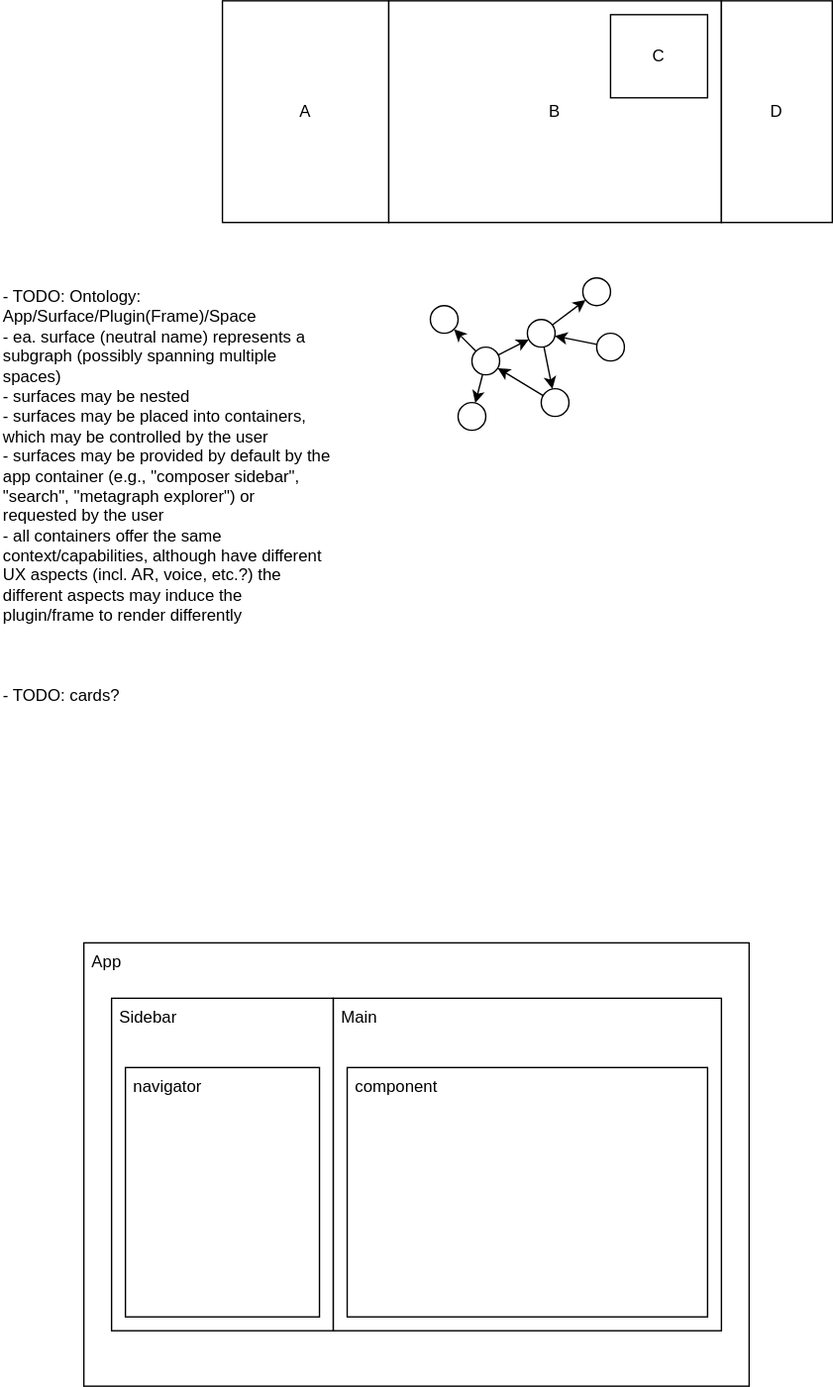
dxos/dxos keeps this draw.io diagram as docs/docs/specs/v0/app-framework.drawio.svg. Above is the earlier version. Source tidied: cells renumbered, new cells last; positions are measured from the earlier drawing's top-left corner, leaving out a move shared by most shapes.
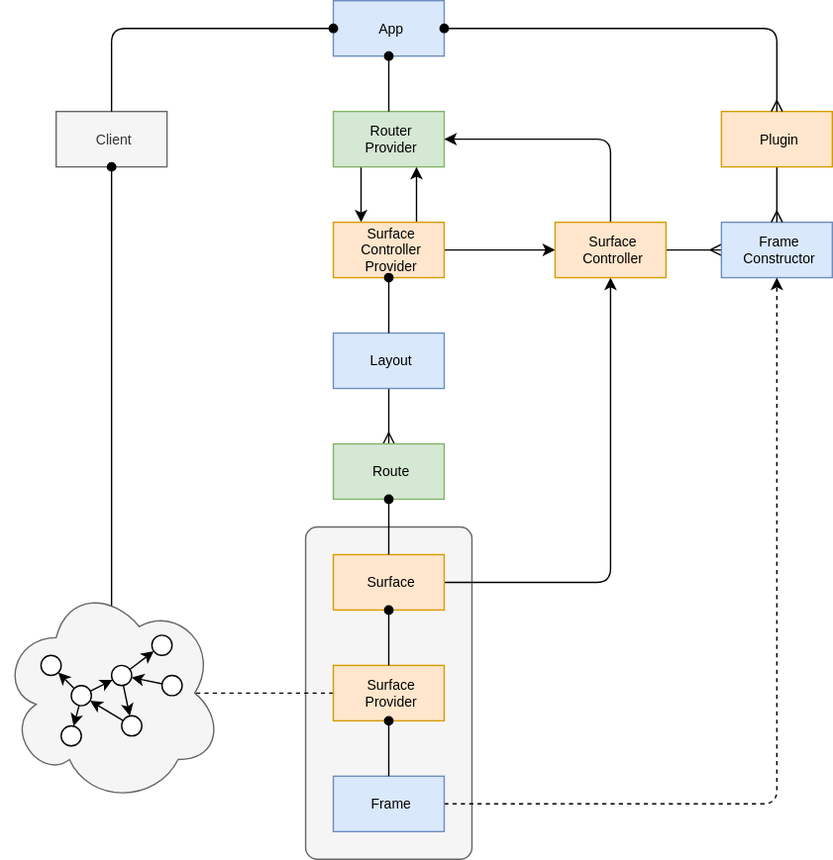
After the commit.

The edit, as a diff of the source:
```diff
@@ -2,80 +2,168 @@
   <root>
     <mxCell id="0" />
     <mxCell id="1" parent="0" />
+    <mxCell id="27" style="rounded=1;whiteSpace=wrap;html=1;align=center;verticalAlign=middle;spacingLeft=4;fontSize=10;fillColor=#f5f5f5;strokeColor=#666666;fontColor=#333333;arcSize=7;" parent="1" vertex="1">
+      <mxGeometry x="40" y="1060" width="120" height="240" as="geometry" />
+    </mxCell>
+    <mxCell id="28" style="edgeStyle=none;html=1;exitX=0.25;exitY=1;exitDx=0;exitDy=0;entryX=0.25;entryY=0;entryDx=0;entryDy=0;fontSize=10;" parent="1" edge="1" source="29" target="34">
+      <mxGeometry relative="1" as="geometry" />
+    </mxCell>
+    <mxCell id="29" value="Router&lt;br style=&quot;font-size: 10px;&quot;&gt;Provider" style="rounded=0;whiteSpace=wrap;html=1;align=center;verticalAlign=middle;spacingLeft=4;fontSize=10;fillColor=#d5e8d4;strokeColor=#82b366;" parent="1" vertex="1">
+      <mxGeometry x="60" y="760" width="80" height="40" as="geometry" />
+    </mxCell>
+    <mxCell id="30" style="edgeStyle=none;html=1;exitX=0.75;exitY=0;exitDx=0;exitDy=0;entryX=0.75;entryY=1;entryDx=0;entryDy=0;fontSize=10;" parent="1" edge="1" source="34" target="29">
+      <mxGeometry relative="1" as="geometry" />
+    </mxCell>
+    <mxCell id="31" style="edgeStyle=none;html=1;endArrow=ERmany;endFill=0;fontSize=10;exitX=1;exitY=0.5;exitDx=0;exitDy=0;" parent="1" edge="1" source="47" target="35">
+      <mxGeometry relative="1" as="geometry" />
+    </mxCell>
+    <mxCell id="32" style="edgeStyle=none;html=1;exitX=0.5;exitY=1;exitDx=0;exitDy=0;startArrow=none;startFill=0;endArrow=ERmany;endFill=0;fontSize=10;entryX=0.5;entryY=0;entryDx=0;entryDy=0;" parent="1" edge="1" source="39" target="48">
+      <mxGeometry relative="1" as="geometry" />
+    </mxCell>
+    <mxCell id="33" style="edgeStyle=none;html=1;exitX=1;exitY=0.5;exitDx=0;exitDy=0;fontSize=10;startArrow=none;startFill=0;endArrow=classic;endFill=1;" parent="1" edge="1" source="34" target="47">
+      <mxGeometry relative="1" as="geometry" />
+    </mxCell>
+    <mxCell id="34" value="Surface&lt;br style=&quot;font-size: 10px;&quot;&gt;Controller&lt;br style=&quot;font-size: 10px;&quot;&gt;Provider" style="rounded=0;whiteSpace=wrap;html=1;align=center;verticalAlign=middle;spacingLeft=4;fontSize=10;fillColor=#ffe6cc;strokeColor=#d79b00;" parent="1" vertex="1">
+      <mxGeometry x="60" y="840" width="80" height="40" as="geometry" />
+    </mxCell>
+    <mxCell id="35" value="Frame&lt;br&gt;Constructor" style="rounded=0;whiteSpace=wrap;html=1;align=center;verticalAlign=middle;spacingLeft=4;fontSize=10;fillColor=#dae8fc;strokeColor=#6c8ebf;" parent="1" vertex="1">
+      <mxGeometry x="340" y="840" width="80" height="40" as="geometry" />
+    </mxCell>
+    <mxCell id="36" style="edgeStyle=none;html=1;exitX=0;exitY=0.5;exitDx=0;exitDy=0;entryX=0.875;entryY=0.5;entryDx=0;entryDy=0;entryPerimeter=0;endArrow=none;endFill=0;dashed=1;" parent="1" edge="1" source="40" target="58">
+      <mxGeometry relative="1" as="geometry" />
+    </mxCell>
+    <mxCell id="37" style="edgeStyle=none;html=1;exitX=1;exitY=0.5;exitDx=0;exitDy=0;entryX=0.5;entryY=1;entryDx=0;entryDy=0;fontSize=10;startArrow=none;startFill=0;endArrow=classic;endFill=1;" parent="1" edge="1" source="38" target="47">
+      <mxGeometry relative="1" as="geometry">
+        <Array as="points">
+          <mxPoint x="260" y="1100" />
+        </Array>
+      </mxGeometry>
+    </mxCell>
+    <mxCell id="38" value="Surface" style="rounded=0;whiteSpace=wrap;html=1;align=center;verticalAlign=middle;spacingLeft=4;fontSize=10;fillColor=#ffe6cc;strokeColor=#d79b00;" parent="1" vertex="1">
+      <mxGeometry x="60" y="1080" width="80" height="40" as="geometry" />
+    </mxCell>
+    <mxCell id="39" value="Layout" style="rounded=0;whiteSpace=wrap;html=1;align=center;verticalAlign=middle;spacingLeft=4;fontSize=10;fillColor=#dae8fc;strokeColor=#6c8ebf;" parent="1" vertex="1">
+      <mxGeometry x="60" y="920" width="80" height="40" as="geometry" />
+    </mxCell>
+    <mxCell id="40" value="Surface&lt;br style=&quot;font-size: 10px;&quot;&gt;Provider" style="rounded=0;whiteSpace=wrap;html=1;align=center;verticalAlign=middle;spacingLeft=4;fontSize=10;fillColor=#ffe6cc;strokeColor=#d79b00;" parent="1" vertex="1">
+      <mxGeometry x="60" y="1160" width="80" height="40" as="geometry" />
+    </mxCell>
+    <mxCell id="41" style="edgeStyle=none;html=1;exitX=0.5;exitY=1;exitDx=0;exitDy=0;startArrow=oval;startFill=1;endArrow=none;endFill=0;fontSize=10;" parent="1" edge="1" source="38" target="40">
+      <mxGeometry relative="1" as="geometry" />
+    </mxCell>
+    <mxCell id="42" style="edgeStyle=none;html=1;exitX=1;exitY=0.5;exitDx=0;exitDy=0;entryX=0.5;entryY=1;entryDx=0;entryDy=0;fontSize=10;startArrow=none;startFill=0;endArrow=classic;endFill=1;dashed=1;" parent="1" edge="1" source="43" target="35">
+      <mxGeometry relative="1" as="geometry">
+        <Array as="points">
+          <mxPoint x="380" y="1260" />
+        </Array>
+      </mxGeometry>
+    </mxCell>
+    <mxCell id="43" value="Frame" style="rounded=0;whiteSpace=wrap;html=1;align=center;verticalAlign=middle;spacingLeft=4;fontSize=10;fillColor=#dae8fc;strokeColor=#6c8ebf;" parent="1" vertex="1">
+      <mxGeometry x="60" y="1240" width="80" height="40" as="geometry" />
+    </mxCell>
+    <mxCell id="44" style="edgeStyle=none;html=1;exitX=0.5;exitY=1;exitDx=0;exitDy=0;startArrow=oval;startFill=1;endArrow=none;endFill=0;fontSize=10;" parent="1" edge="1" source="40" target="43">
+      <mxGeometry relative="1" as="geometry" />
+    </mxCell>
+    <mxCell id="45" style="edgeStyle=none;html=1;exitX=0.5;exitY=1;exitDx=0;exitDy=0;entryX=0.5;entryY=0;entryDx=0;entryDy=0;startArrow=oval;startFill=1;endArrow=none;endFill=0;fontSize=10;" parent="1" edge="1" source="34" target="39">
+      <mxGeometry relative="1" as="geometry" />
+    </mxCell>
+    <mxCell id="46" style="edgeStyle=none;html=1;exitX=0.5;exitY=0;exitDx=0;exitDy=0;entryX=1;entryY=0.5;entryDx=0;entryDy=0;fontSize=10;startArrow=none;startFill=0;endArrow=classic;endFill=1;" parent="1" edge="1" source="47" target="29">
+      <mxGeometry relative="1" as="geometry">
+        <Array as="points">
+          <mxPoint x="260" y="780" />
+        </Array>
+      </mxGeometry>
+    </mxCell>
+    <mxCell id="47" value="Surface&lt;br style=&quot;font-size: 10px;&quot;&gt;Controller" style="rounded=0;whiteSpace=wrap;html=1;align=center;verticalAlign=middle;spacingLeft=4;fontSize=10;fillColor=#ffe6cc;strokeColor=#d79b00;" parent="1" vertex="1">
+      <mxGeometry x="220" y="840" width="80" height="40" as="geometry" />
+    </mxCell>
+    <mxCell id="48" value="Route" style="rounded=0;whiteSpace=wrap;html=1;align=center;verticalAlign=middle;spacingLeft=4;fontSize=10;fillColor=#d5e8d4;strokeColor=#82b366;" parent="1" vertex="1">
+      <mxGeometry x="60" y="1000" width="80" height="40" as="geometry" />
+    </mxCell>
+    <mxCell id="49" style="edgeStyle=none;html=1;exitX=0.5;exitY=1;exitDx=0;exitDy=0;fontSize=10;startArrow=oval;startFill=1;endArrow=none;endFill=0;" parent="1" edge="1" source="48" target="38">
+      <mxGeometry relative="1" as="geometry" />
+    </mxCell>
+    <mxCell id="50" style="edgeStyle=none;html=1;exitX=0.5;exitY=1;exitDx=0;exitDy=0;entryX=0.5;entryY=0;entryDx=0;entryDy=0;fontSize=10;startArrow=none;startFill=0;endArrow=ERmany;endFill=0;" parent="1" edge="1" source="51" target="35">
+      <mxGeometry relative="1" as="geometry" />
+    </mxCell>
+    <mxCell id="51" value="Plugin" style="rounded=0;whiteSpace=wrap;html=1;align=center;verticalAlign=middle;spacingLeft=4;fontSize=10;fillColor=#ffe6cc;strokeColor=#d79b00;" parent="1" vertex="1">
+      <mxGeometry x="340" y="760" width="80" height="40" as="geometry" />
+    </mxCell>
-    <mxCell id="2" value="App" style="rounded=0;whiteSpace=wrap;html=1;align=left;verticalAlign=top;spacingLeft=4;" parent="1" vertex="1">
-      <mxGeometry x="60" y="680" width="480" height="320" as="geometry" />
+    <mxCell id="2" value="App" style="rounded=0;whiteSpace=wrap;html=1;align=center;verticalAlign=middle;spacingLeft=4;fontSize=10;fillColor=#dae8fc;strokeColor=#6c8ebf;" parent="1" vertex="1">
+      <mxGeometry x="60" y="680" width="80" height="40" as="geometry" />
     </mxCell>
-    <mxCell id="3" value="A" style="rounded=0;whiteSpace=wrap;html=1;" parent="1" vertex="1">
-      <mxGeometry x="160" width="120" height="160" as="geometry" />
-    </mxCell>
-    <mxCell id="4" value="B" style="rounded=0;whiteSpace=wrap;html=1;" parent="1" vertex="1">
-      <mxGeometry x="280" width="240" height="160" as="geometry" />
-    </mxCell>
-    <mxCell id="5" value="D" style="rounded=0;whiteSpace=wrap;html=1;" parent="1" vertex="1">
-      <mxGeometry x="520" width="80" height="160" as="geometry" />
-    </mxCell>
-    <mxCell id="6" value="C" style="rounded=0;whiteSpace=wrap;html=1;" parent="1" vertex="1">
-      <mxGeometry x="440" y="10" width="70" height="60" as="geometry" />
-    </mxCell>
-    <mxCell id="7" style="group;" parent="1" vertex="1">
-      <mxGeometry x="310" y="200" width="140" height="110" as="geometry" />
-    </mxCell>
+    <mxCell id="52" style="edgeStyle=none;html=1;exitX=0.5;exitY=1;exitDx=0;exitDy=0;fontSize=10;startArrow=oval;startFill=1;endArrow=none;endFill=0;" parent="1" edge="1" source="2" target="29">
+      <mxGeometry relative="1" as="geometry" />
+    </mxCell>
+    <mxCell id="53" style="edgeStyle=none;html=1;exitX=1;exitY=0.5;exitDx=0;exitDy=0;entryX=0.5;entryY=0;entryDx=0;entryDy=0;fontSize=10;startArrow=oval;startFill=1;endArrow=ERmany;endFill=0;" parent="1" edge="1" source="2" target="51">
+      <mxGeometry relative="1" as="geometry">
+        <Array as="points">
+          <mxPoint x="380" y="700" />
+        </Array>
+      </mxGeometry>
+    </mxCell>
+    <mxCell id="54" value="Client" style="rounded=0;whiteSpace=wrap;html=1;align=center;verticalAlign=middle;spacingLeft=4;fontSize=10;fillColor=#f5f5f5;strokeColor=#666666;fontColor=#333333;" parent="1" vertex="1">
+      <mxGeometry x="-140" y="760" width="80" height="40" as="geometry" />
+    </mxCell>
+    <mxCell id="55" style="edgeStyle=none;html=1;exitX=0;exitY=0.5;exitDx=0;exitDy=0;entryX=0.5;entryY=0;entryDx=0;entryDy=0;fontSize=10;startArrow=oval;startFill=1;endArrow=none;endFill=0;" parent="1" edge="1" source="2" target="54">
+      <mxGeometry relative="1" as="geometry">
+        <Array as="points">
+          <mxPoint x="-100" y="700" />
+        </Array>
+      </mxGeometry>
+    </mxCell>
+    <mxCell id="56" style="edgeStyle=none;html=1;exitX=0.5;exitY=1;exitDx=0;exitDy=0;fontSize=10;startArrow=oval;startFill=1;endArrow=none;endFill=0;" parent="1" edge="1" source="54">
+      <mxGeometry relative="1" as="geometry">
+        <mxPoint x="-100" y="1180" as="targetPoint" />
+      </mxGeometry>
+    </mxCell>
+    <mxCell id="57" style="group;fillColor=none;" parent="1" vertex="1">
+      <mxGeometry x="-180" y="1100" width="160" height="160" as="geometry" />
+    </mxCell>
+    <mxCell id="58" style="ellipse;shape=cloud;whiteSpace=wrap;html=1;fillColor=#f5f5f5;strokeColor=#666666;fontColor=#333333;" parent="57" vertex="1">
+      <mxGeometry width="160" height="160" as="geometry" />
+    </mxCell>
-    <mxCell id="8" style="ellipse;whiteSpace=wrap;html=1;" parent="7" vertex="1">
-      <mxGeometry y="20" width="20" height="20" as="geometry" />
+    <mxCell id="8" style="ellipse;whiteSpace=wrap;html=1;" parent="57" vertex="1">
+      <mxGeometry x="29.1" y="52.7" width="14.5" height="14.5" as="geometry" />
     </mxCell>
-    <mxCell id="9" style="edgeStyle=none;html=1;" parent="7" edge="1" source="10" target="8">
+    <mxCell id="9" style="edgeStyle=none;html=1;" parent="57" edge="1" source="10" target="8">
       <mxGeometry relative="1" as="geometry" />
     </mxCell>
-    <mxCell id="10" style="ellipse;whiteSpace=wrap;html=1;" parent="7" vertex="1">
-      <mxGeometry x="30" y="50" width="20" height="20" as="geometry" />
+    <mxCell id="10" style="ellipse;whiteSpace=wrap;html=1;" parent="57" vertex="1">
+      <mxGeometry x="50.9" y="74.5" width="14.5" height="14.5" as="geometry" />
     </mxCell>
-    <mxCell id="11" style="ellipse;whiteSpace=wrap;html=1;" parent="7" vertex="1">
-      <mxGeometry x="20" y="90" width="20" height="20" as="geometry" />
+    <mxCell id="11" style="ellipse;whiteSpace=wrap;html=1;" parent="57" vertex="1">
+      <mxGeometry x="43.6" y="103.6" width="14.5" height="14.5" as="geometry" />
     </mxCell>
-    <mxCell id="12" style="ellipse;whiteSpace=wrap;html=1;" parent="7" vertex="1">
-      <mxGeometry x="70" y="30" width="20" height="20" as="geometry" />
+    <mxCell id="12" style="ellipse;whiteSpace=wrap;html=1;" parent="57" vertex="1">
+      <mxGeometry x="80" y="60" width="14.5" height="14.5" as="geometry" />
     </mxCell>
-    <mxCell id="13" style="ellipse;whiteSpace=wrap;html=1;" parent="7" vertex="1">
-      <mxGeometry x="110" width="20" height="20" as="geometry" />
+    <mxCell id="13" style="ellipse;whiteSpace=wrap;html=1;" parent="57" vertex="1">
+      <mxGeometry x="109.1" y="38.2" width="14.5" height="14.5" as="geometry" />
     </mxCell>
-    <mxCell id="14" style="ellipse;whiteSpace=wrap;html=1;" parent="7" vertex="1">
-      <mxGeometry x="120" y="40" width="20" height="20" as="geometry" />
+    <mxCell id="14" style="ellipse;whiteSpace=wrap;html=1;" parent="57" vertex="1">
+      <mxGeometry x="116.4" y="67.3" width="14.5" height="14.5" as="geometry" />
     </mxCell>
-    <mxCell id="15" style="ellipse;whiteSpace=wrap;html=1;" parent="7" vertex="1">
-      <mxGeometry x="80" y="80" width="20" height="20" as="geometry" />
+    <mxCell id="15" style="ellipse;whiteSpace=wrap;html=1;" parent="57" vertex="1">
+      <mxGeometry x="87.3" y="96.4" width="14.5" height="14.5" as="geometry" />
     </mxCell>
-    <mxCell id="16" style="edgeStyle=none;html=1;" parent="7" edge="1" source="10" target="11">
+    <mxCell id="16" style="edgeStyle=none;html=1;" parent="57" edge="1" source="10" target="11">
       <mxGeometry relative="1" as="geometry" />
     </mxCell>
-    <mxCell id="17" style="edgeStyle=none;html=1;" parent="7" edge="1" source="10" target="12">
+    <mxCell id="17" style="edgeStyle=none;html=1;" parent="57" edge="1" source="10" target="12">
       <mxGeometry relative="1" as="geometry" />
     </mxCell>
-    <mxCell id="18" style="edgeStyle=none;html=1;" parent="7" edge="1" source="12" target="15">
+    <mxCell id="18" style="edgeStyle=none;html=1;" parent="57" edge="1" source="12" target="15">
       <mxGeometry relative="1" as="geometry" />
     </mxCell>
-    <mxCell id="19" style="edgeStyle=none;html=1;" parent="7" edge="1" source="14" target="12">
+    <mxCell id="19" style="edgeStyle=none;html=1;" parent="57" edge="1" source="14" target="12">
       <mxGeometry relative="1" as="geometry" />
     </mxCell>
-    <mxCell id="20" style="edgeStyle=none;html=1;" parent="7" edge="1" source="15" target="10">
+    <mxCell id="20" style="edgeStyle=none;html=1;" parent="57" edge="1" source="15" target="10">
       <mxGeometry relative="1" as="geometry" />
     </mxCell>
-    <mxCell id="21" style="edgeStyle=none;html=1;" parent="7" edge="1" source="12" target="13">
+    <mxCell id="21" style="edgeStyle=none;html=1;" parent="57" edge="1" source="12" target="13">
       <mxGeometry relative="1" as="geometry" />
     </mxCell>
-    <mxCell id="22" value="- TODO: Ontology: App/Surface/Plugin(Frame)/Space&lt;br&gt;- ea. surface (neutral name) represents a subgraph (possibly spanning multiple spaces)&lt;br&gt;- surfaces may be nested&lt;br&gt;- surfaces may be placed into containers, which may be controlled by the user&lt;br&gt;- surfaces may be provided by default by the app container (e.g., &quot;composer sidebar&quot;, &quot;search&quot;, &quot;metagraph explorer&quot;) or requested by the user&lt;br&gt;- all containers offer the same context/capabilities, although have different UX aspects (incl. AR, voice, etc.?) the different aspects may induce the plugin/frame to render differently&lt;br&gt;&lt;br&gt;&lt;br&gt;&lt;br&gt;- TODO: cards?" style="rounded=0;whiteSpace=wrap;html=1;align=left;verticalAlign=top;fillColor=none;strokeColor=none;" parent="1" vertex="1">
-      <mxGeometry y="200" width="240" height="320" as="geometry" />
-    </mxCell>
-    <mxCell id="23" value="Sidebar" style="rounded=0;whiteSpace=wrap;html=1;align=left;verticalAlign=top;spacingLeft=4;" parent="1" vertex="1">
-      <mxGeometry x="80" y="720" width="160" height="240" as="geometry" />
-    </mxCell>
-    <mxCell id="24" value="Main" style="rounded=0;whiteSpace=wrap;html=1;align=left;verticalAlign=top;spacingLeft=4;" parent="1" vertex="1">
-      <mxGeometry x="240" y="720" width="280" height="240" as="geometry" />
-    </mxCell>
-    <mxCell id="25" value="navigator" style="rounded=0;whiteSpace=wrap;html=1;align=left;verticalAlign=top;spacingLeft=4;" parent="1" vertex="1">
-      <mxGeometry x="90" y="770" width="140" height="180" as="geometry" />
-    </mxCell>
-    <mxCell id="26" value="component" style="rounded=0;whiteSpace=wrap;html=1;align=left;verticalAlign=top;spacingLeft=4;" parent="1" vertex="1">
-      <mxGeometry x="250" y="770" width="260" height="180" as="geometry" />
-    </mxCell>
   </root>
 </mxGraphModel>
```
